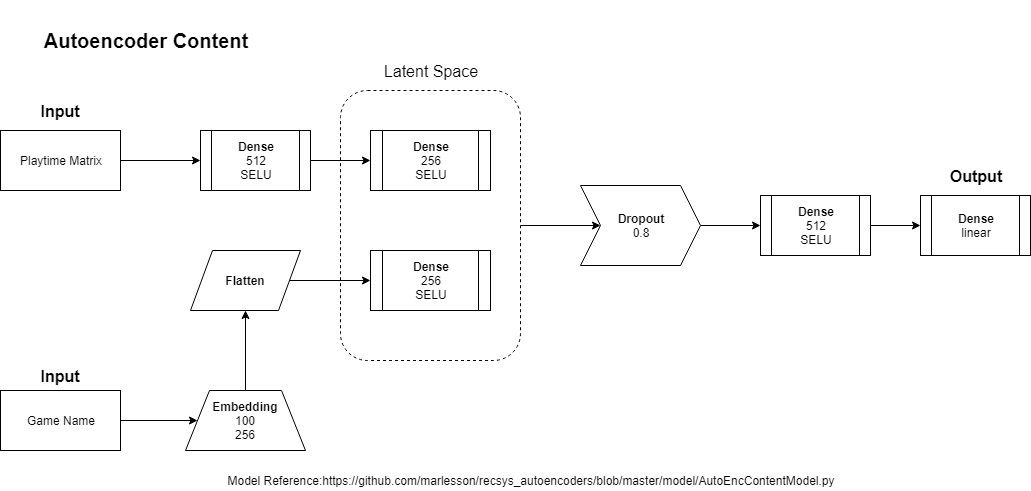
yshuidie/steamNNRecom keeps this draw.io diagram as model_graph/Autoencoder/AutoencoderContentModel.png. Above is the earlier version. Source tidied: cells renumbered, new cells last; positions are measured from the earlier drawing's top-left corner, leaving out a move shared by most shapes.
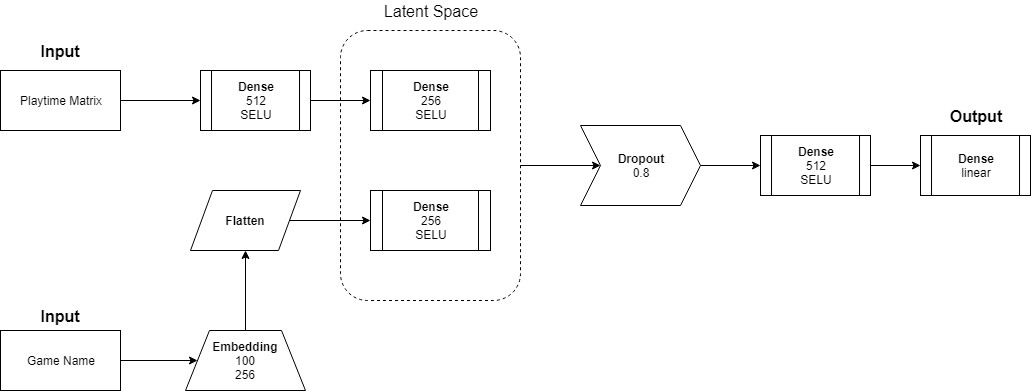
After the commit.

The edit, as a diff of the source:
```diff
@@ -2,9 +2,6 @@
   <root>
     <mxCell id="0" />
     <mxCell id="1" parent="0" />
-    <mxCell id="2" value="&lt;span&gt;&lt;b&gt;&lt;font style=&quot;font-size: 20px&quot;&gt;Autoencoder Content&lt;/font&gt;&lt;/b&gt;&lt;/span&gt;&lt;br&gt;" style="text;html=1;strokeColor=none;fillColor=none;align=center;verticalAlign=middle;whiteSpace=wrap;rounded=0;" parent="1" vertex="1">
-      <mxGeometry x="30" width="230" height="80" as="geometry" />
-    </mxCell>
     <mxCell id="3" value="Playtime Matrix&lt;br&gt;" style="rounded=0;whiteSpace=wrap;html=1;" parent="1" vertex="1">
       <mxGeometry y="130" width="120" height="60" as="geometry" />
     </mxCell>
@@ -62,9 +59,6 @@
     <mxCell id="21" value="&lt;b&gt;Dense&lt;/b&gt;&lt;br&gt;512&lt;br&gt;SELU&lt;br&gt;" style="shape=process;whiteSpace=wrap;html=1;backgroundOutline=1;" parent="1" vertex="1">
       <mxGeometry x="760" y="195" width="110" height="60" as="geometry" />
     </mxCell>
-    <mxCell id="22" value="Model Reference:&lt;a href=&quot;https://github.com/marlesson/recsys_autoencoders/blob/master/model/AutoEncContentModel.py&quot;&gt;https://github.com/marlesson/recsys_autoencoders/blob/master/model/AutoEncContentModel.py&lt;/a&gt;" style="text;html=1;strokeColor=none;fillColor=none;align=center;verticalAlign=middle;whiteSpace=wrap;rounded=0;" parent="1" vertex="1">
-      <mxGeometry x="100" y="470" width="860" height="20" as="geometry" />
-    </mxCell>
     <mxCell id="23" value="&lt;font style=&quot;font-size: 16px&quot;&gt;&lt;b&gt;Input&lt;/b&gt;&lt;/font&gt;" style="text;html=1;strokeColor=none;fillColor=none;align=center;verticalAlign=middle;whiteSpace=wrap;rounded=0;dashed=1;" parent="1" vertex="1">
       <mxGeometry x="10" y="100" width="100" height="20" as="geometry" />
     </mxCell>
```
